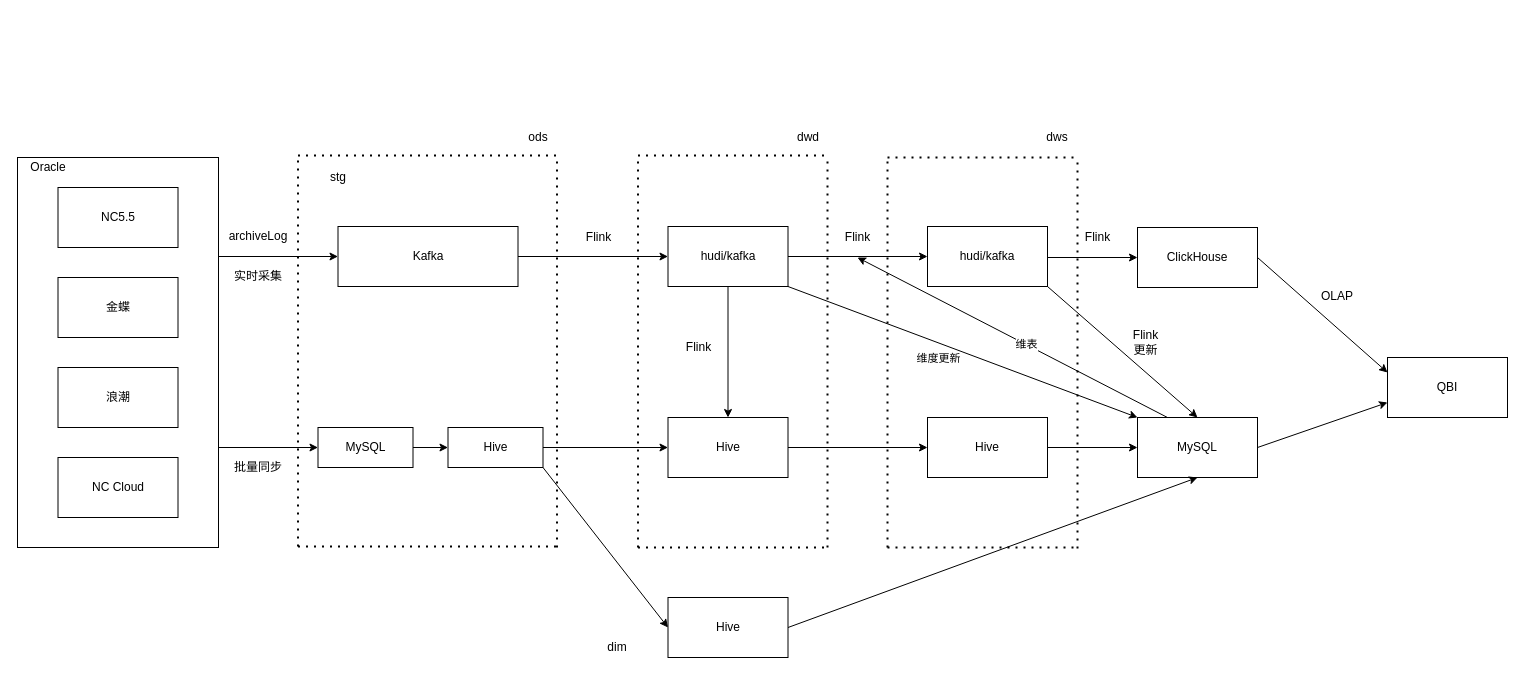
This is page "Page-2" (2 of 2) of Untitled Diagram.drawio from LWping/diagrams, a draw.io file, before an edit. Source tidied: cells renumbered, new cells numbered last; positions are measured from the earlier drawing's top-left corner, leaving out a move shared by most shapes. Both pictures are drawn from the tidied source at 100%, with x=0, y=0 at pixel (17, 127).
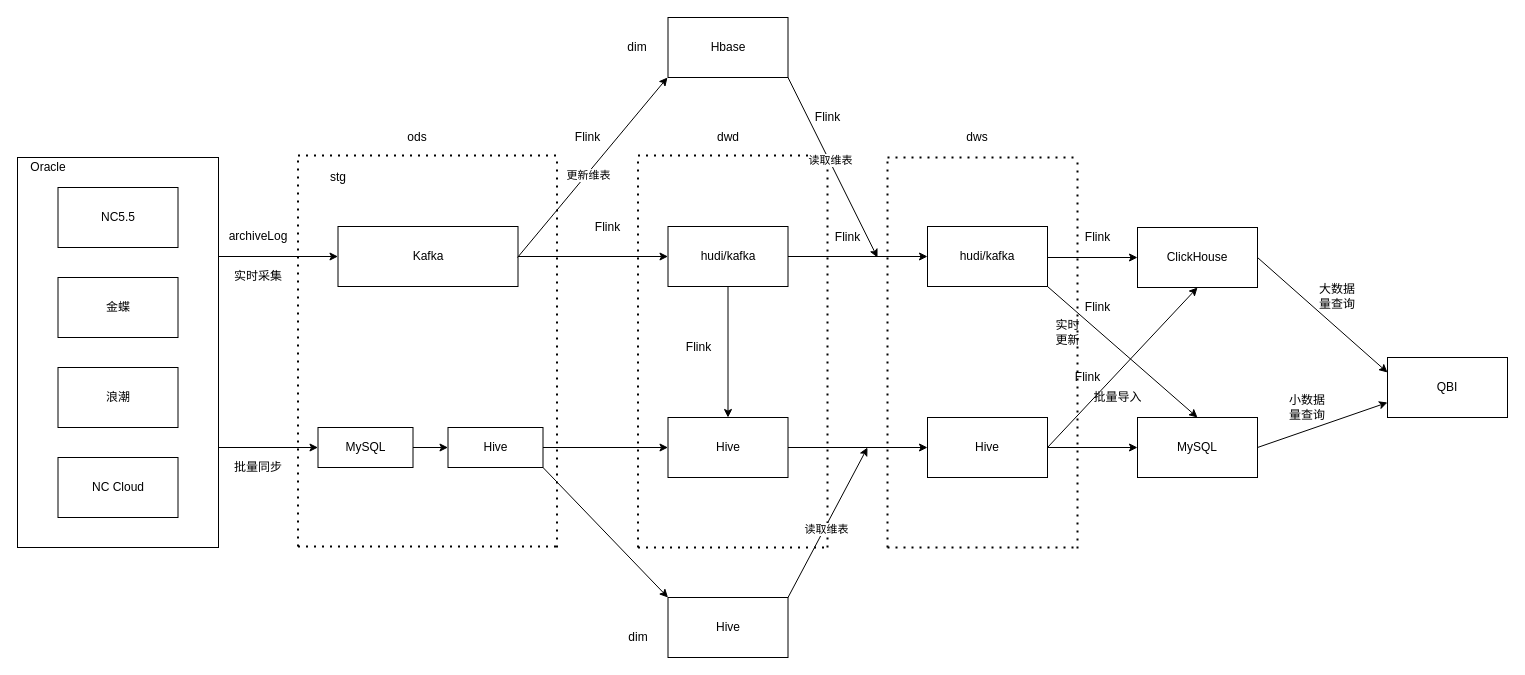
The same diagram, later.

The change refers to these unchanged cells:
```xml
<mxCell id="14" value="Hive" style="rounded=0;whiteSpace=wrap;html=1;textDirection=ltr;" parent="1" vertex="1">
  <mxGeometry x="430.5" y="300" width="95" height="40" as="geometry" />
</mxCell>
<mxCell id="28" value="hudi/kafka" style="rounded=0;whiteSpace=wrap;html=1;textDirection=ltr;" parent="1" vertex="1">
  <mxGeometry x="650.5" y="99" width="120" height="60" as="geometry" />
</mxCell>
<mxCell id="39" value="Hive" style="rounded=0;whiteSpace=wrap;html=1;gradientColor=none;" parent="1" vertex="1">
  <mxGeometry x="650.5" y="470" width="120" height="60" as="geometry" />
</mxCell>
<mxCell id="45" value="ClickHouse" style="rounded=0;whiteSpace=wrap;html=1;textDirection=ltr;" parent="1" vertex="1">
  <mxGeometry x="1120" y="100" width="120" height="60" as="geometry" />
</mxCell>
<mxCell id="48" value="MySQL" style="rounded=0;whiteSpace=wrap;html=1;textDirection=ltr;" parent="1" vertex="1">
  <mxGeometry x="1120" y="290" width="120" height="60" as="geometry" />
</mxCell>
<mxCell id="51" value="Hive" style="rounded=0;whiteSpace=wrap;html=1;textDirection=ltr;" parent="1" vertex="1">
  <mxGeometry x="910" y="290" width="120" height="60" as="geometry" />
</mxCell>
```

What changed in the source:
```diff
@@
     <mxCell id="20" value="ods" style="text;html=1;strokeColor=none;fillColor=none;align=center;verticalAlign=middle;whiteSpace=wrap;rounded=0;textDirection=ltr;" parent="1" vertex="1">
-      <mxGeometry x="500.5" width="40" height="20" as="geometry" />
+      <mxGeometry x="380" width="40" height="20" as="geometry" />
     </mxCell>
@@
     <mxCell id="26" value="Flink" style="text;html=1;align=center;verticalAlign=middle;textDirection=ltr;" parent="1" vertex="1">
-      <mxGeometry x="560.5" y="100" width="40" height="20" as="geometry" />
+      <mxGeometry x="570" y="90" width="40" height="20" as="geometry" />
     </mxCell>
@@
     <mxCell id="32" value="dwd" style="text;html=1;strokeColor=none;fillColor=none;align=center;verticalAlign=middle;whiteSpace=wrap;rounded=0;textDirection=ltr;" parent="1" vertex="1">
-      <mxGeometry x="770.5" width="40" height="20" as="geometry" />
+      <mxGeometry x="690.5" width="40" height="20" as="geometry" />
     </mxCell>
@@
-    <mxCell id="38" style="endArrow=classic;html=1;exitX=1;exitY=1;exitDx=0;exitDy=0;entryX=0;entryY=0.5;entryDx=0;entryDy=0;" parent="1" edge="1" source="14" target="39">
+    <mxCell id="38" style="endArrow=classic;html=1;exitX=1;exitY=1;exitDx=0;exitDy=0;entryX=0;entryY=0;entryDx=0;entryDy=0;" parent="1" edge="1" source="14" target="39">
       <mxGeometry relative="1" as="geometry" />
     </mxCell>
@@
     <mxCell id="40" value="dim" style="text;html=1;strokeColor=none;fillColor=none;align=center;verticalAlign=middle;whiteSpace=wrap;rounded=0;textDirection=ltr;" parent="1" vertex="1">
-      <mxGeometry x="580" y="510" width="40" height="20" as="geometry" />
+      <mxGeometry x="600.5" y="500" width="40" height="20" as="geometry" />
     </mxCell>
@@
-    <mxCell id="44" value="Flink&lt;br&gt;更新" style="text;html=1;align=center;verticalAlign=middle;textDirection=ltr;" parent="1" vertex="1">
-      <mxGeometry x="1110" y="199" width="36" height="31" as="geometry" />
+    <mxCell id="44" value="实时&lt;br&gt;更新" style="text;html=1;align=center;verticalAlign=middle;textDirection=ltr;" parent="1" vertex="1">
+      <mxGeometry x="1030" y="190" width="40" height="30" as="geometry" />
     </mxCell>
@@
     <mxCell id="52" value="dws" style="text;html=1;strokeColor=none;fillColor=none;align=center;verticalAlign=middle;whiteSpace=wrap;rounded=0;textDirection=ltr;" parent="1" vertex="1">
-      <mxGeometry x="1020" width="40" height="20" as="geometry" />
+      <mxGeometry x="940" width="40" height="20" as="geometry" />
     </mxCell>
@@
-    <mxCell id="57" value="维度更新" style="edgeLabel;html=1;align=center;verticalAlign=middle;textDirection=ltr;" parent="1" vertex="1">
-      <mxGeometry x="920" y="230" as="geometry" />
-    </mxCell>
-    <mxCell id="58" style="endArrow=classic;html=1;textDirection=ltr;" parent="1" edge="1">
-      <mxGeometry relative="1" as="geometry">
-        <mxPoint x="1150" y="290" as="sourcePoint" />
-        <mxPoint x="840" y="130" as="targetPoint" />
-      </mxGeometry>
-    </mxCell>
-    <mxCell id="59" value="维表" style="edgeLabel;html=1;align=center;verticalAlign=middle;textDirection=ltr;" parent="58" vertex="1">
-      <mxGeometry x="-0.08" relative="1" as="geometry">
-        <mxPoint x="1" as="offset" />
-      </mxGeometry>
-    </mxCell>
     <mxCell id="60" value="Flink" style="text;html=1;align=center;verticalAlign=middle;textDirection=ltr;" parent="1" vertex="1">
-      <mxGeometry x="820" y="100" width="40" height="20" as="geometry" />
+      <mxGeometry x="810" y="100" width="40" height="20" as="geometry" />
     </mxCell>
@@
-    <mxCell id="62" style="endArrow=classic;html=1;exitX=1;exitY=1;exitDx=0;exitDy=0;entryX=0;entryY=0;entryDx=0;entryDy=0;" parent="1" edge="1" source="28" target="48">
-      <mxGeometry relative="1" as="geometry" />
-    </mxCell>
-    <mxCell id="63" value="OLAP" style="text;html=1;strokeColor=none;fillColor=none;align=center;verticalAlign=middle;whiteSpace=wrap;rounded=0;textDirection=ltr;" parent="1" vertex="1">
+    <mxCell id="63" value="大数据量查询" style="text;html=1;strokeColor=none;fillColor=none;align=center;verticalAlign=middle;whiteSpace=wrap;rounded=0;textDirection=ltr;" parent="1" vertex="1">
       <mxGeometry x="1300" y="159" width="40" height="20" as="geometry" />
     </mxCell>
-    <mxCell id="64" style="endArrow=classic;html=1;exitX=1;exitY=0.5;exitDx=0;exitDy=0;entryX=0.5;entryY=1;entryDx=0;entryDy=0;" parent="1" edge="1" source="39" target="48">
-      <mxGeometry relative="1" as="geometry" />
-    </mxCell>
+    <mxCell id="65" value="Hbase" style="rounded=0;whiteSpace=wrap;html=1;gradientColor=none;" parent="1" vertex="1">
+      <mxGeometry x="650.5" y="-110" width="120" height="60" as="geometry" />
+    </mxCell>
+    <mxCell id="66" style="endArrow=classic;html=1;textDirection=ltr;" parent="1" edge="1">
+      <mxGeometry relative="1" as="geometry">
+        <mxPoint x="500" y="130" as="sourcePoint" />
+        <mxPoint x="650" y="-50" as="targetPoint" />
+      </mxGeometry>
+    </mxCell>
+    <mxCell id="67" value="更新维表" style="edgeLabel;html=1;align=center;verticalAlign=middle;textDirection=ltr;" parent="66" vertex="1">
+      <mxGeometry x="-0.08" relative="1" as="geometry">
+        <mxPoint x="1" as="offset" />
+      </mxGeometry>
+    </mxCell>
+    <mxCell id="68" style="endArrow=classic;html=1;textDirection=ltr;exitX=1;exitY=1;exitDx=0;exitDy=0;" parent="1" edge="1" source="65">
+      <mxGeometry relative="1" as="geometry">
+        <mxPoint x="860" y="130" as="targetPoint" />
+      </mxGeometry>
+    </mxCell>
+    <mxCell id="69" value="读取维表" style="edgeLabel;html=1;align=center;verticalAlign=middle;textDirection=ltr;" parent="68" vertex="1">
+      <mxGeometry x="-0.08" relative="1" as="geometry">
+        <mxPoint x="1" as="offset" />
+      </mxGeometry>
+    </mxCell>
+    <mxCell id="70" value="dim" style="text;html=1;strokeColor=none;fillColor=none;align=center;verticalAlign=middle;whiteSpace=wrap;rounded=0;textDirection=ltr;" parent="1" vertex="1">
+      <mxGeometry x="600" y="-90" width="40" height="20" as="geometry" />
+    </mxCell>
+    <mxCell id="71" value="Flink" style="text;html=1;align=center;verticalAlign=middle;textDirection=ltr;" parent="1" vertex="1">
+      <mxGeometry x="550" width="40" height="20" as="geometry" />
+    </mxCell>
+    <mxCell id="72" value="Flink" style="text;html=1;align=center;verticalAlign=middle;textDirection=ltr;" parent="1" vertex="1">
+      <mxGeometry x="790" y="-20" width="40" height="20" as="geometry" />
+    </mxCell>
+    <mxCell id="73" value="小数据量查询" style="text;html=1;strokeColor=none;fillColor=none;align=center;verticalAlign=middle;whiteSpace=wrap;rounded=0;textDirection=ltr;" parent="1" vertex="1">
+      <mxGeometry x="1270" y="270" width="40" height="20" as="geometry" />
+    </mxCell>
+    <mxCell id="74" value="Flink" style="text;html=1;align=center;verticalAlign=middle;textDirection=ltr;" parent="1" vertex="1">
+      <mxGeometry x="1060" y="170" width="40" height="20" as="geometry" />
+    </mxCell>
+    <mxCell id="75" style="endArrow=classic;html=1;textDirection=ltr;exitX=1;exitY=0;exitDx=0;exitDy=0;" parent="1" edge="1" source="39">
+      <mxGeometry relative="1" as="geometry">
+        <mxPoint x="850" y="320" as="targetPoint" />
+      </mxGeometry>
+    </mxCell>
+    <mxCell id="76" value="读取维表" style="edgeLabel;html=1;align=center;verticalAlign=middle;textDirection=ltr;" parent="75" vertex="1">
+      <mxGeometry x="-0.08" relative="1" as="geometry">
+        <mxPoint x="1" as="offset" />
+      </mxGeometry>
+    </mxCell>
+    <mxCell id="77" style="endArrow=classic;html=1;exitX=1;exitY=0.5;exitDx=0;exitDy=0;entryX=0.5;entryY=1;entryDx=0;entryDy=0;textDirection=ltr;" parent="1" edge="1" source="51" target="45">
+      <mxGeometry relative="1" as="geometry" />
+    </mxCell>
+    <mxCell id="78" value="Flink" style="text;html=1;align=center;verticalAlign=middle;textDirection=ltr;" parent="1" vertex="1">
+      <mxGeometry x="1050" y="240" width="40" height="20" as="geometry" />
+    </mxCell>
+    <mxCell id="79" value="批量导入" style="text;html=1;align=center;verticalAlign=middle;textDirection=ltr;" parent="1" vertex="1">
+      <mxGeometry x="1070" y="260" width="60" height="20" as="geometry" />
+    </mxCell>
```
